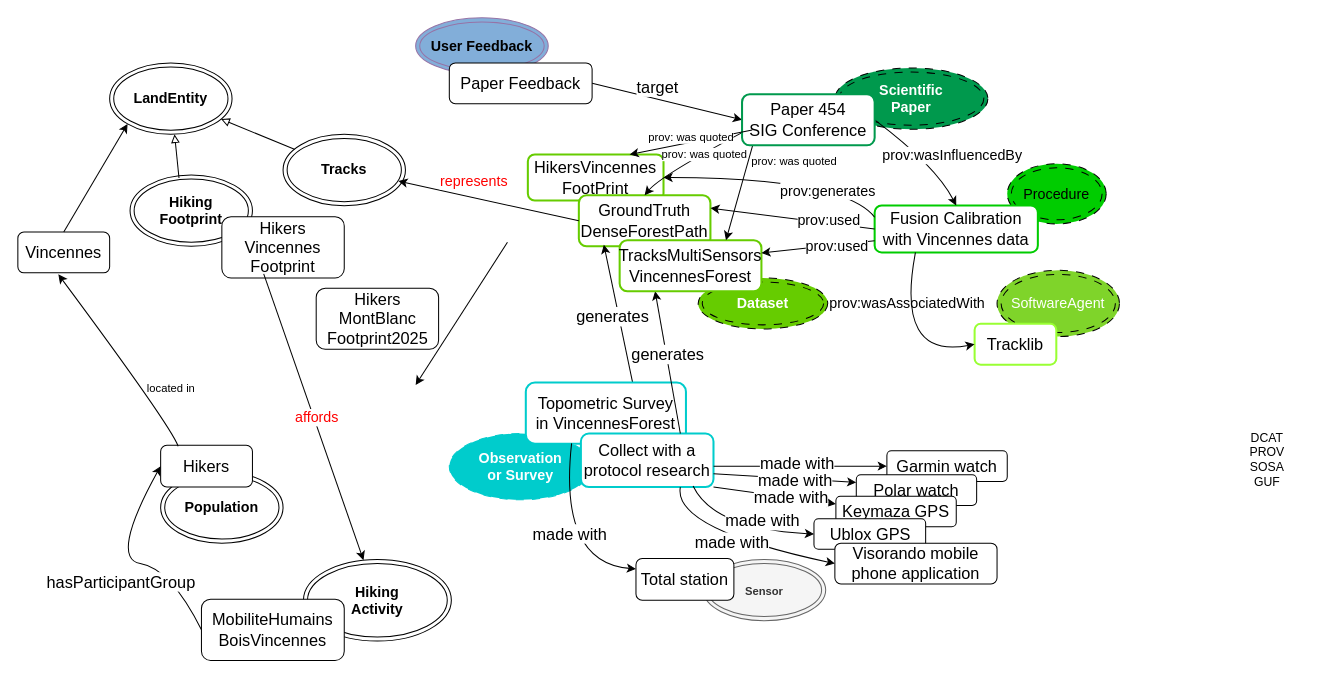
Before: page "Schéma 2 article" (3 of 3) of docs/diagrams/model_KG.drawio in IntForOut/outdoorPressure, a draw.io diagram. Source tidied: cells renumbered, new cells numbered last; positions are measured from the earlier drawing's top-left corner, leaving out a move shared by most shapes. Both pictures are drawn from the tidied source at 102%, with x=0, y=0 at pixel (17, 17).
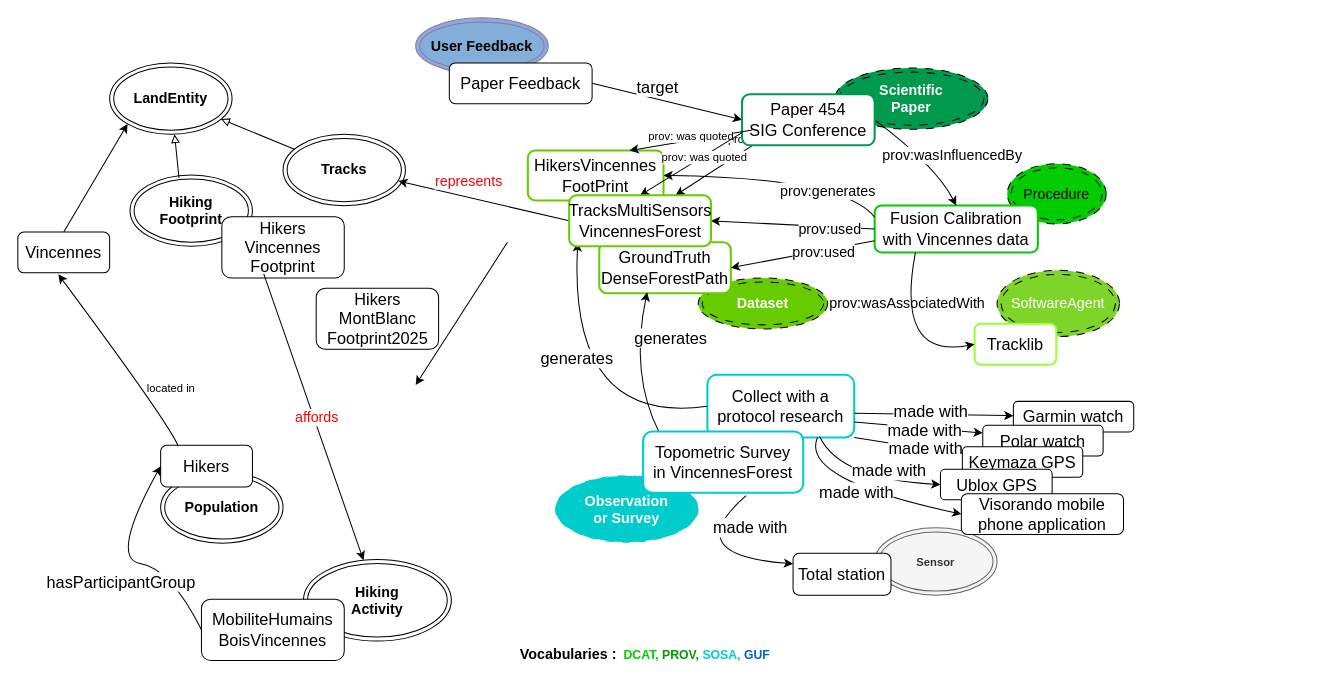
The same diagram, later.

Commit message (it also covers changes not shown here):
Mettre à jour model_KG.drawio

The change refers to these unchanged cells:
```xml
<mxCell id="10" value="&lt;div&gt;&lt;font style=&quot;font-size: 16px;&quot;&gt;Fusion Calibration&lt;/font&gt;&lt;/div&gt;&lt;div&gt;&lt;font style=&quot;font-size: 16px;&quot;&gt;with Vincennes data&lt;/font&gt;&lt;/div&gt;" style="rounded=1;whiteSpace=wrap;html=1;strokeColor=#00CC00;strokeWidth=2;" parent="1" vertex="1">
  <mxGeometry x="840" y="184" width="160" height="46" as="geometry" />
</mxCell>
<mxCell id="46" value="&lt;div&gt;&lt;font style=&quot;font-size: 16px;&quot;&gt;Paper 454&lt;/font&gt;&lt;/div&gt;&lt;div&gt;&lt;font style=&quot;font-size: 16px;&quot;&gt;SIG Conference&lt;/font&gt;&lt;/div&gt;" style="rounded=1;whiteSpace=wrap;html=1;strokeColor=#00994D;strokeWidth=2;" parent="1" vertex="1">
  <mxGeometry x="710" y="75" width="130" height="50" as="geometry" />
</mxCell>
<mxCell id="74" value="&lt;b&gt;Tracks&lt;/b&gt;" style="ellipse;shape=doubleEllipse;whiteSpace=wrap;html=1;fontSize=14;" parent="1" vertex="1">
  <mxGeometry x="260" y="114.2" width="120" height="70" as="geometry" />
</mxCell>
```

Diff of the diagram source:
```diff
@@
     <mxCell id="2" value="&lt;div&gt;&lt;font style=&quot;font-size: 16px;&quot;&gt;HikersVincennes&lt;/font&gt;&lt;/div&gt;&lt;div&gt;&lt;font style=&quot;font-size: 16px;&quot;&gt;FootPrint&lt;/font&gt;&lt;/div&gt;" style="rounded=1;whiteSpace=wrap;html=1;strokeColor=#66CC00;strokeWidth=2;" parent="1" vertex="1">
-      <mxGeometry x="500" y="134" width="133" height="45" as="geometry" />
+      <mxGeometry x="500" y="130" width="133" height="49" as="geometry" />
     </mxCell>
@@
     <mxCell id="9" value="&lt;font style=&quot;color: rgb(255, 255, 255);&quot;&gt;&lt;b&gt;Observation&lt;br&gt;or Survey&lt;/b&gt;&lt;/font&gt;" style="ellipse;shape=doubleEllipse;whiteSpace=wrap;html=1;fontSize=14;fillColor=#00CCCC;dashed=1;dashPattern=8 8;strokeColor=#00CCCC;" parent="1" vertex="1">
-      <mxGeometry x="423" y="407.5" width="140" height="65" as="geometry" />
+      <mxGeometry x="527" y="449" width="140" height="65" as="geometry" />
     </mxCell>
@@
     <mxCell id="14" value="&lt;div&gt;&lt;font style=&quot;font-size: 16px;&quot;&gt;GroundTruth&lt;/font&gt;&lt;/div&gt;&lt;div&gt;&lt;font style=&quot;font-size: 16px;&quot;&gt;DenseForestPath&lt;/font&gt;&lt;/div&gt;" style="rounded=1;whiteSpace=wrap;html=1;strokeColor=#66CC00;strokeWidth=2;" parent="1" vertex="1">
-      <mxGeometry x="550" y="174" width="129" height="50" as="geometry" />
+      <mxGeometry x="570" y="220" width="129" height="50" as="geometry" />
     </mxCell>
-    <mxCell id="15" style="endArrow=classic;html=1;rounded=0;exitX=0.668;exitY=0.014;exitDx=0;exitDy=0;entryX=0.19;entryY=0.967;entryDx=0;entryDy=0;entryPerimeter=0;exitPerimeter=0;" parent="1" edge="1" source="18" target="14">
-      <mxGeometry relative="1" as="geometry" />
+    <mxCell id="15" style="endArrow=classic;html=1;rounded=0;exitX=0.102;exitY=0.025;exitDx=0;exitDy=0;entryX=0.364;entryY=0.98;entryDx=0;entryDy=0;curved=1;entryPerimeter=0;exitPerimeter=0;" parent="1" edge="1" source="18" target="14">
+      <mxGeometry relative="1" as="geometry">
+        <Array as="points">
+          <mxPoint x="600" y="350" />
+        </Array>
+      </mxGeometry>
     </mxCell>
     <mxCell id="16" value="&lt;font style=&quot;font-size: 16px;&quot;&gt;generates&lt;/font&gt;" style="edgeLabel;html=1;align=center;verticalAlign=middle;" parent="15" vertex="1">
       <mxGeometry x="0.18" y="-1" relative="1" as="geometry">
-        <mxPoint x="-5" y="15" as="offset" />
+        <mxPoint x="34" y="-14" as="offset" />
       </mxGeometry>
     </mxCell>
@@
-    <mxCell id="18" value="&lt;div&gt;&lt;font style=&quot;font-size: 16px;&quot;&gt;Topometric Survey&lt;/font&gt;&lt;/div&gt;&lt;div&gt;&lt;font style=&quot;font-size: 16px;&quot;&gt;in VincennesForest&lt;/font&gt;&lt;/div&gt;" style="rounded=1;whiteSpace=wrap;html=1;strokeColor=#00CCCC;strokeWidth=2;" parent="1" vertex="1">
-      <mxGeometry x="498" y="357.5" width="157" height="60" as="geometry" />
-    </mxCell>
     <mxCell id="19" value="&lt;font style=&quot;font-size: 16px;&quot;&gt;Collect with a protocol research&lt;/font&gt;" style="rounded=1;whiteSpace=wrap;html=1;strokeWidth=2;strokeColor=#00CCCC;" parent="1" vertex="1">
-      <mxGeometry x="552" y="407.5" width="130" height="52.5" as="geometry" />
+      <mxGeometry x="676" y="350" width="144" height="61.5" as="geometry" />
     </mxCell>
-    <mxCell id="20" style="endArrow=classic;html=1;rounded=0;exitX=0.75;exitY=0;exitDx=0;exitDy=0;entryX=0.25;entryY=1;entryDx=0;entryDy=0;" parent="1" edge="1" source="19" target="22">
-      <mxGeometry relative="1" as="geometry" />
+    <mxCell id="20" style="endArrow=classic;html=1;rounded=0;exitX=0;exitY=0.5;exitDx=0;exitDy=0;entryX=0.061;entryY=0.92;entryDx=0;entryDy=0;curved=1;entryPerimeter=0;" parent="1" edge="1" source="19" target="22">
+      <mxGeometry relative="1" as="geometry">
+        <Array as="points">
+          <mxPoint x="540" y="400" />
+        </Array>
+      </mxGeometry>
     </mxCell>
     <mxCell id="21" value="&lt;font style=&quot;font-size: 16px;&quot;&gt;generates&lt;/font&gt;" style="edgeLabel;html=1;align=center;verticalAlign=middle;" parent="20" vertex="1">
       <mxGeometry x="0.18" y="-1" relative="1" as="geometry">
-        <mxPoint x="1" y="5" as="offset" />
+        <mxPoint x="4" y="-17" as="offset" />
       </mxGeometry>
     </mxCell>
-    <mxCell id="22" value="&lt;div&gt;&lt;font style=&quot;font-size: 16px;&quot;&gt;TracksMultiSensors&lt;/font&gt;&lt;/div&gt;&lt;div&gt;&lt;font style=&quot;font-size: 16px;&quot;&gt;VincennesForest&lt;/font&gt;&lt;/div&gt;" style="rounded=1;whiteSpace=wrap;html=1;strokeColor=#66CC00;strokeWidth=2;" parent="1" vertex="1">
-      <mxGeometry x="590" y="218" width="139" height="50" as="geometry" />
-    </mxCell>
     <mxCell id="23" value="&lt;font style=&quot;font-size: 16px;&quot;&gt;Garmin watch&lt;/font&gt;" style="rounded=1;whiteSpace=wrap;html=1;" parent="1" vertex="1">
-      <mxGeometry x="852" y="424.5" width="118" height="30" as="geometry" />
+      <mxGeometry x="976" y="376" width="118" height="30" as="geometry" />
     </mxCell>
@@
     <mxCell id="29" style="endArrow=classic;html=1;rounded=0;exitX=0.75;exitY=1;exitDx=0;exitDy=0;entryX=0;entryY=0.5;entryDx=0;entryDy=0;curved=1;" parent="1" edge="1" source="19" target="55">
       <mxGeometry relative="1" as="geometry">
         <Array as="points">
-          <mxPoint x="642" y="501" />
+          <mxPoint x="766" y="452.5" />
         </Array>
       </mxGeometry>
     </mxCell>
@@
     <mxCell id="31" style="endArrow=classic;html=1;rounded=0;entryX=0;entryY=0.5;entryDx=0;entryDy=0;curved=1;" parent="1" edge="1" target="54">
       <mxGeometry relative="1" as="geometry">
-        <mxPoint x="662" y="459" as="sourcePoint" />
+        <mxPoint x="786" y="410.5" as="sourcePoint" />
         <Array as="points">
-          <mxPoint x="682" y="501" />
+          <mxPoint x="806" y="452.5" />
         </Array>
       </mxGeometry>
     </mxCell>
@@
     <mxCell id="33" value="&lt;font style=&quot;font-size: 11px;&quot;&gt;&lt;b&gt;Sensor&lt;/b&gt;&lt;/font&gt;" style="ellipse;shape=doubleEllipse;whiteSpace=wrap;html=1;fontSize=14;fillColor=#f5f5f5;fontColor=#333333;strokeColor=#666666;" parent="1" vertex="1">
-      <mxGeometry x="672" y="531" width="120" height="60" as="geometry" />
+      <mxGeometry x="840" y="500" width="120" height="66" as="geometry" />
     </mxCell>
-    <mxCell id="34" style="endArrow=classic;html=1;rounded=0;exitX=0;exitY=0.75;exitDx=0;exitDy=0;curved=1;entryX=0.5;entryY=0;entryDx=0;entryDy=0;" parent="1" edge="1" source="46" target="14">
-      <mxGeometry relative="1" as="geometry">
-        <Array as="points">
-          <mxPoint x="630" y="155" />
-        </Array>
-      </mxGeometry>
-    </mxCell>
-    <mxCell id="35" value="prov: was quoted" style="edgeLabel;html=1;align=center;verticalAlign=middle;" parent="34" vertex="1">
-      <mxGeometry x="-0.15" y="-1" relative="1" as="geometry">
-        <mxPoint x="6" y="-1" as="offset" />
-      </mxGeometry>
-    </mxCell>
@@
     <mxCell id="52" value="&lt;font style=&quot;font-size: 16px;&quot;&gt;Polar watch&lt;/font&gt;" style="rounded=1;whiteSpace=wrap;html=1;" parent="1" vertex="1">
-      <mxGeometry x="822" y="448" width="118" height="30" as="geometry" />
+      <mxGeometry x="946" y="399.5" width="118" height="30" as="geometry" />
     </mxCell>
     <mxCell id="53" value="&lt;font style=&quot;font-size: 16px;&quot;&gt;Keymaza GPS&lt;/font&gt;" style="rounded=1;whiteSpace=wrap;html=1;" parent="1" vertex="1">
-      <mxGeometry x="802" y="469" width="118" height="30" as="geometry" />
+      <mxGeometry x="926" y="420.5" width="118" height="30" as="geometry" />
     </mxCell>
     <mxCell id="54" value="&lt;font style=&quot;font-size: 16px;&quot;&gt;Ublox GPS&lt;/font&gt;" style="rounded=1;whiteSpace=wrap;html=1;" parent="1" vertex="1">
-      <mxGeometry x="780.5" y="491" width="109.5" height="30" as="geometry" />
+      <mxGeometry x="904.5" y="442.5" width="109.5" height="30" as="geometry" />
     </mxCell>
     <mxCell id="55" value="&lt;font style=&quot;font-size: 16px;&quot;&gt;Visorando mobile phone application&lt;/font&gt;" style="rounded=1;whiteSpace=wrap;html=1;" parent="1" vertex="1">
-      <mxGeometry x="801" y="515" width="159" height="40" as="geometry" />
+      <mxGeometry x="925" y="466.5" width="159" height="40" as="geometry" />
     </mxCell>
     <mxCell id="56" value="&lt;font style=&quot;font-size: 16px;&quot;&gt;Total station&lt;/font&gt;" style="rounded=1;whiteSpace=wrap;html=1;" parent="1" vertex="1">
-      <mxGeometry x="606" y="530" width="96" height="41" as="geometry" />
+      <mxGeometry x="760" y="525" width="96" height="41" as="geometry" />
     </mxCell>
-    <mxCell id="57" style="endArrow=classic;html=1;rounded=0;exitX=1;exitY=0;exitDx=0;exitDy=0;entryX=0;entryY=0.25;entryDx=0;entryDy=0;curved=1;" parent="1" edge="1" source="9" target="56">
+    <mxCell id="57" style="endArrow=classic;html=1;rounded=0;exitX=0.643;exitY=1.05;exitDx=0;exitDy=0;entryX=0;entryY=0.25;entryDx=0;entryDy=0;curved=1;exitPerimeter=0;" parent="1" edge="1" source="18" target="56">
       <mxGeometry relative="1" as="geometry">
         <Array as="points">
-          <mxPoint x="530" y="534" />
+          <mxPoint x="647" y="526.5" />
         </Array>
       </mxGeometry>
     </mxCell>
     <mxCell id="58" value="&lt;font style=&quot;font-size: 16px;&quot;&gt;made with&lt;/font&gt;" style="edgeLabel;html=1;align=center;verticalAlign=middle;" parent="1" vertex="1">
-      <mxGeometry x="543" y="506" as="geometry">
+      <mxGeometry x="720" y="500" as="geometry">
         <mxPoint x="-3" y="-1" as="offset" />
       </mxGeometry>
     </mxCell>
-    <mxCell id="59" style="endArrow=classic;html=1;rounded=0;exitX=0;exitY=0.75;exitDx=0;exitDy=0;entryX=1;entryY=0.25;entryDx=0;entryDy=0;" parent="1" edge="1" source="10" target="22">
+    <mxCell id="59" style="endArrow=classic;html=1;rounded=0;exitX=0;exitY=0.75;exitDx=0;exitDy=0;entryX=1;entryY=0.5;entryDx=0;entryDy=0;" parent="1" edge="1" source="10" target="14">
       <mxGeometry relative="1" as="geometry" />
     </mxCell>
@@
-    <mxCell id="61" style="endArrow=classic;html=1;rounded=0;exitX=0;exitY=0.5;exitDx=0;exitDy=0;entryX=1;entryY=0.25;entryDx=0;entryDy=0;" parent="1" edge="1" source="10" target="14">
+    <mxCell id="61" style="endArrow=classic;html=1;rounded=0;exitX=0;exitY=0.5;exitDx=0;exitDy=0;entryX=1;entryY=0.5;entryDx=0;entryDy=0;" parent="1" edge="1" source="10" target="22">
       <mxGeometry relative="1" as="geometry" />
     </mxCell>
@@
-    <mxCell id="66" value="&lt;div&gt;DCAT&lt;/div&gt;&lt;div&gt;PROV&lt;/div&gt;&lt;div&gt;&lt;span style=&quot;color: rgb(0, 0, 0);&quot;&gt;SOSA&lt;/span&gt;&lt;/div&gt;&lt;div&gt;&lt;span style=&quot;color: rgb(0, 0, 0);&quot;&gt;GUF&lt;/span&gt;&lt;/div&gt;" style="text;html=1;whiteSpace=wrap;strokeColor=none;fillColor=none;align=center;verticalAlign=middle;rounded=0;" parent="1" vertex="1">
-      <mxGeometry x="1190" y="417.5" width="70.3" height="30" as="geometry" />
-    </mxCell>
@@
-    <mxCell id="76" style="endArrow=classic;html=1;rounded=0;exitX=0;exitY=0.5;exitDx=0;exitDy=0;entryX=0.942;entryY=0.655;entryDx=0;entryDy=0;entryPerimeter=0;" parent="1" edge="1" source="14" target="74">
+    <mxCell id="76" style="endArrow=classic;html=1;rounded=0;exitX=0;exitY=0.5;exitDx=0;exitDy=0;entryX=0.942;entryY=0.655;entryDx=0;entryDy=0;entryPerimeter=0;" parent="1" edge="1" source="22" target="74">
       <mxGeometry relative="1" as="geometry" />
     </mxCell>
@@
+    <mxCell id="82" style="endArrow=classic;html=1;rounded=0;exitX=0;exitY=0.75;exitDx=0;exitDy=0;curved=1;entryX=0.5;entryY=0;entryDx=0;entryDy=0;" parent="1" edge="1" source="46" target="22">
+      <mxGeometry relative="1" as="geometry" />
+    </mxCell>
+    <mxCell id="35" value="prov: was quoted" style="edgeLabel;html=1;align=center;verticalAlign=middle;" parent="82" vertex="1">
+      <mxGeometry x="-0.15" y="-1" relative="1" as="geometry">
+        <mxPoint x="6" y="-1" as="offset" />
+      </mxGeometry>
+    </mxCell>
+    <mxCell id="22" value="&lt;div&gt;&lt;font style=&quot;font-size: 16px;&quot;&gt;TracksMultiSensors&lt;/font&gt;&lt;/div&gt;&lt;div&gt;&lt;font style=&quot;font-size: 16px;&quot;&gt;VincennesForest&lt;/font&gt;&lt;/div&gt;" style="rounded=1;whiteSpace=wrap;html=1;strokeColor=#66CC00;strokeWidth=2;" parent="1" vertex="1">
+      <mxGeometry x="540.5" y="174" width="139" height="50" as="geometry" />
+    </mxCell>
+    <mxCell id="83" style="group;" parent="1" vertex="1">
+      <mxGeometry x="490" y="600" width="311" height="50" as="geometry" />
+    </mxCell>
+    <mxCell id="66" value="&lt;div&gt;&lt;span style=&quot;color: rgb(0, 204, 0);&quot;&gt;&lt;b&gt;DCAT,&amp;nbsp;&lt;/b&gt;&lt;/span&gt;&lt;b&gt;&lt;span style=&quot;color: rgb(0, 153, 0);&quot;&gt;PROV,&amp;nbsp;&lt;/span&gt;&lt;span style=&quot;color: rgb(0, 204, 204);&quot;&gt;SOSA,&amp;nbsp;&lt;/span&gt;&lt;span style=&quot;color: rgb(0, 102, 204);&quot;&gt;GUF&lt;/span&gt;&lt;/b&gt;&lt;/div&gt;" style="text;html=1;whiteSpace=wrap;strokeColor=none;fillColor=none;align=center;verticalAlign=middle;rounded=0;" parent="83" vertex="1">
+      <mxGeometry x="41" width="270" height="50" as="geometry" />
+    </mxCell>
+    <mxCell id="84" value="&lt;b&gt;&lt;font style=&quot;font-size: 14px;&quot;&gt;Vocabularies :&lt;/font&gt;&lt;/b&gt;" style="text;html=1;whiteSpace=wrap;strokeColor=none;fillColor=none;align=center;verticalAlign=middle;rounded=0;" parent="83" vertex="1">
+      <mxGeometry y="9" width="100" height="30" as="geometry" />
+    </mxCell>
+    <mxCell id="18" value="&lt;div&gt;&lt;font style=&quot;font-size: 16px;&quot;&gt;Topometric Survey&lt;/font&gt;&lt;/div&gt;&lt;div&gt;&lt;font style=&quot;font-size: 16px;&quot;&gt;in VincennesForest&lt;/font&gt;&lt;/div&gt;" style="rounded=1;whiteSpace=wrap;html=1;strokeColor=#00CCCC;strokeWidth=2;" parent="1" vertex="1">
+      <mxGeometry x="613" y="405.5" width="157" height="60" as="geometry" />
+    </mxCell>
```
